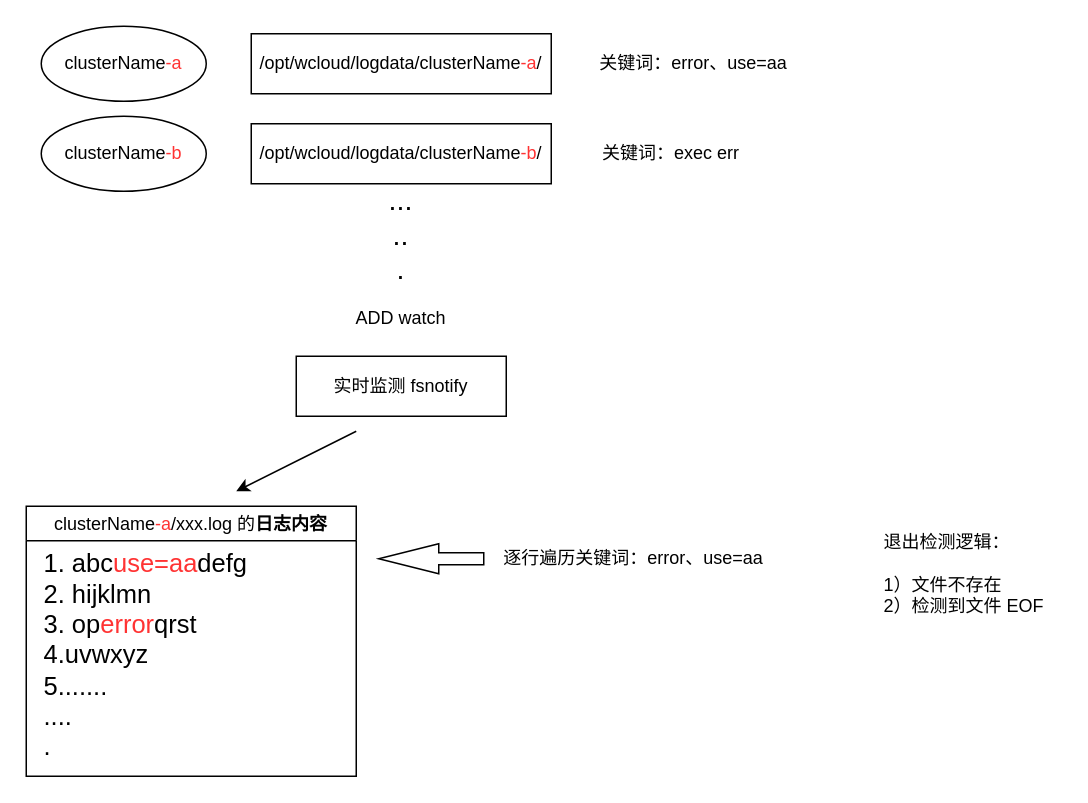
cityofwang/beats keeps this draw.io diagram as 日志关键词检索.drawio. Above is the earlier version. Source tidied: cells renumbered, new cells numbered last; positions are measured from the earlier drawing's top-left corner, leaving out a move shared by most shapes. Both pictures are drawn from the tidied source at 150%, with x=0, y=0 at pixel (26, 26).
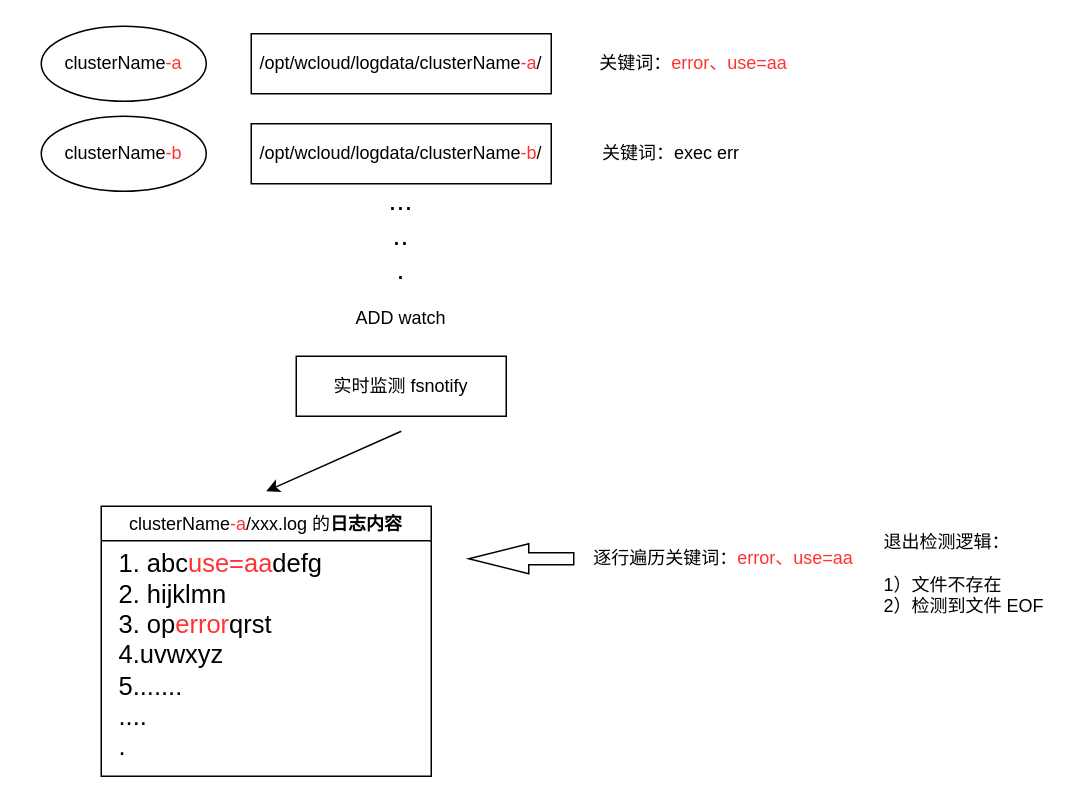
The same page after the edit.

Commit message:
日志关键词检索.drawio

What changed in the source:
```diff
@@
 <mxGraphModel>
   <root>
     <mxCell id="0" />
     <mxCell id="1" parent="0" />
     <mxCell id="2" value="实时监测 fsnotify" style="rounded=0;whiteSpace=wrap;html=1;" parent="1" vertex="1">
       <mxGeometry x="180" y="220" width="140" height="40" as="geometry" />
     </mxCell>
     <mxCell id="3" value="/opt/wcloud/logdata/clusterName&lt;font style=&quot;color: rgb(255, 51, 51);&quot;&gt;-a&lt;/font&gt;/" style="rounded=0;whiteSpace=wrap;html=1;" parent="1" vertex="1">
       <mxGeometry x="150" y="5" width="200" height="40" as="geometry" />
     </mxCell>
     <mxCell id="4" value="/opt/wcloud/logdata/clusterName&lt;font style=&quot;color: rgb(255, 51, 51);&quot;&gt;-b&lt;/font&gt;/" style="rounded=0;whiteSpace=wrap;html=1;" parent="1" vertex="1">
       <mxGeometry x="150" y="65" width="200" height="40" as="geometry" />
     </mxCell>
     <mxCell id="5" value="...&lt;div&gt;..&lt;/div&gt;&lt;div&gt;.&lt;/div&gt;" style="text;html=1;whiteSpace=wrap;strokeColor=none;fillColor=none;align=center;verticalAlign=middle;rounded=0;fontSize=19;" parent="1" vertex="1">
       <mxGeometry x="220" y="125" width="60" height="30" as="geometry" />
     </mxCell>
     <mxCell id="6" value="ADD watch" style="text;html=1;whiteSpace=wrap;strokeColor=none;fillColor=none;align=center;verticalAlign=middle;rounded=0;" parent="1" vertex="1">
       <mxGeometry x="210" y="180" width="80" height="30" as="geometry" />
     </mxCell>
     <mxCell id="7" value="clusterName&lt;font style=&quot;color: rgb(255, 51, 51);&quot;&gt;-a&lt;/font&gt;" style="ellipse;whiteSpace=wrap;html=1;" parent="1" vertex="1">
       <mxGeometry x="10" width="110" height="50" as="geometry" />
     </mxCell>
     <mxCell id="8" value="clusterName&lt;font style=&quot;color: rgb(255, 51, 51);&quot;&gt;-b&lt;/font&gt;" style="ellipse;whiteSpace=wrap;html=1;" parent="1" vertex="1">
       <mxGeometry x="10" y="60" width="110" height="50" as="geometry" />
     </mxCell>
-    <mxCell id="9" value="关键词：error、use=aa" style="text;html=1;whiteSpace=wrap;strokeColor=none;fillColor=none;align=center;verticalAlign=middle;rounded=0;" parent="1" vertex="1">
+    <mxCell id="9" value="关键词：&lt;font style=&quot;color: rgb(255, 51, 51);&quot;&gt;error、use=aa&lt;/font&gt;" style="text;html=1;whiteSpace=wrap;strokeColor=none;fillColor=none;align=center;verticalAlign=middle;rounded=0;" parent="1" vertex="1">
       <mxGeometry x="370" y="10" width="150" height="30" as="geometry" />
     </mxCell>
     <mxCell id="10" value="关键词：exec err" style="text;html=1;whiteSpace=wrap;strokeColor=none;fillColor=none;align=center;verticalAlign=middle;rounded=0;" parent="1" vertex="1">
       <mxGeometry x="380" y="70" width="100" height="30" as="geometry" />
     </mxCell>
     <mxCell id="11" style="endArrow=classic;html=1;rounded=0;" parent="1" edge="1">
       <mxGeometry relative="1" as="geometry">
-        <mxPoint x="220" y="270" as="sourcePoint" />
-        <mxPoint x="140" y="310" as="targetPoint" />
+        <mxPoint x="250" y="270" as="sourcePoint" />
+        <mxPoint x="160" y="310" as="targetPoint" />
       </mxGeometry>
     </mxCell>
     <mxCell id="12" value="&lt;span style=&quot;font-weight: 400;&quot;&gt;clusterName&lt;/span&gt;&lt;font style=&quot;font-weight: 400; color: rgb(255, 51, 51);&quot;&gt;-a&lt;/font&gt;&lt;span style=&quot;font-weight: 400;&quot;&gt;/xxx.log 的&lt;/span&gt;日志内容" style="swimlane;whiteSpace=wrap;html=1;" parent="1" vertex="1">
-      <mxGeometry y="320" width="220" height="180" as="geometry" />
+      <mxGeometry x="50" y="320" width="220" height="180" as="geometry" />
     </mxCell>
     <mxCell id="13" value="1. abc&lt;font style=&quot;color: rgb(255, 51, 51);&quot;&gt;use=aa&lt;/font&gt;defg&lt;div&gt;2. hijklmn&lt;/div&gt;&lt;div&gt;3. op&lt;font style=&quot;color: rgb(255, 51, 51);&quot;&gt;error&lt;/font&gt;qrst&lt;/div&gt;&lt;div&gt;4.uvwxyz&lt;/div&gt;&lt;div&gt;5.......&lt;/div&gt;&lt;div&gt;....&lt;/div&gt;&lt;div&gt;.&lt;/div&gt;" style="text;html=1;whiteSpace=wrap;strokeColor=none;fillColor=none;align=left;verticalAlign=middle;rounded=0;fontSize=17;" parent="12" vertex="1">
       <mxGeometry x="10" y="20" width="170" height="160" as="geometry" />
     </mxCell>
-    <mxCell id="14" value="逐行遍历关键词：error、use=aa" style="text;html=1;whiteSpace=wrap;strokeColor=none;fillColor=none;align=center;verticalAlign=middle;rounded=0;" parent="1" vertex="1">
-      <mxGeometry x="310" y="340" width="190" height="30" as="geometry" />
+    <mxCell id="14" value="逐行遍历关键词：&lt;font style=&quot;color: rgb(255, 51, 51);&quot;&gt;error、use=aa&lt;/font&gt;" style="text;html=1;whiteSpace=wrap;strokeColor=none;fillColor=none;align=center;verticalAlign=middle;rounded=0;" parent="1" vertex="1">
+      <mxGeometry x="370" y="340" width="190" height="30" as="geometry" />
     </mxCell>
     <mxCell id="15" style="html=1;shadow=0;dashed=0;align=center;verticalAlign=middle;shape=mxgraph.arrows2.arrow;dy=0.6;dx=40;direction=south;notch=0;rotation=90;" parent="1" vertex="1">
-      <mxGeometry x="260" y="320" width="20" height="70" as="geometry" />
+      <mxGeometry x="320" y="320" width="20" height="70" as="geometry" />
     </mxCell>
     <mxCell id="16" value="&lt;div&gt;退出检测逻辑：&lt;/div&gt;&lt;div&gt;&lt;br&gt;&lt;/div&gt;1）文件不存在&lt;div&gt;2）检测到文件 EOF&lt;/div&gt;" style="text;html=1;whiteSpace=wrap;strokeColor=none;fillColor=none;align=left;verticalAlign=middle;rounded=0;" parent="1" vertex="1">
       <mxGeometry x="570" y="330" width="120" height="70" as="geometry" />
     </mxCell>
   </root>
 </mxGraphModel>
```
